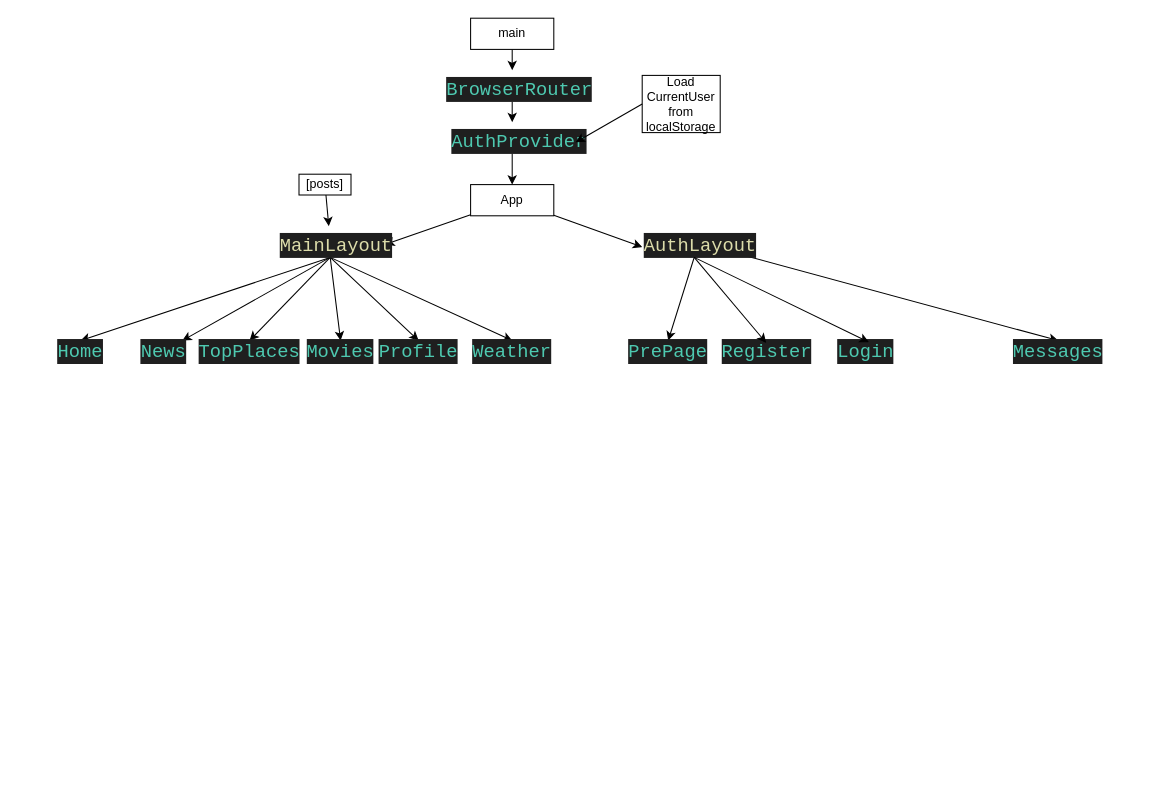
The draw.io diagram Echat .drawio in Rostilash/echat, before the edit. Source tidied: cells renumbered, new cells numbered last; positions are measured from the earlier drawing's top-left corner, leaving out a move shared by most shapes. Both pictures are drawn from the tidied source at 104%, with x=0, y=0 at pixel (59, 18).
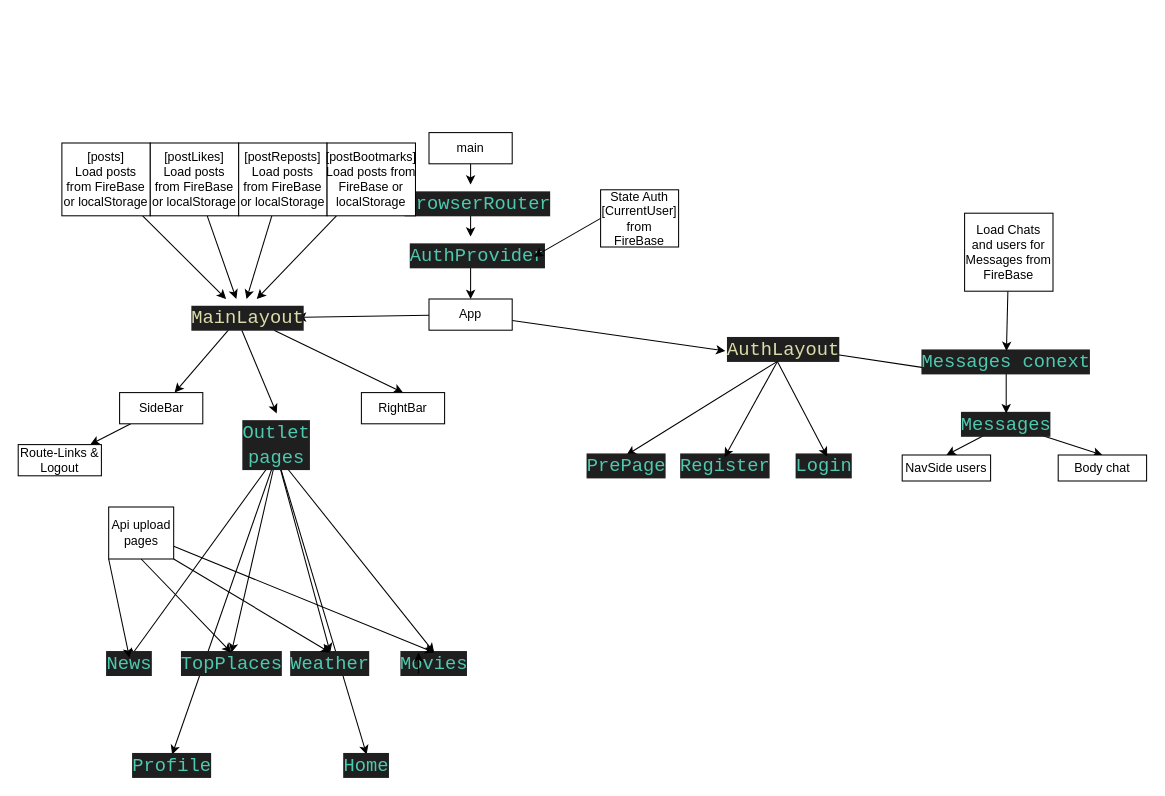
Above is the later version.

Diff of the diagram source:
```diff
@@
     <mxCell id="3" value="main" style="rounded=0;whiteSpace=wrap;html=1;" parent="1" vertex="1">
-      <mxGeometry x="395" width="80" height="30" as="geometry" />
+      <mxGeometry x="355" y="110" width="80" height="30" as="geometry" />
     </mxCell>
@@
     <mxCell id="6" value="App" style="rounded=0;whiteSpace=wrap;html=1;" parent="1" vertex="1">
-      <mxGeometry x="395" y="160" width="80" height="30" as="geometry" />
+      <mxGeometry x="355" y="270" width="80" height="30" as="geometry" />
     </mxCell>
@@
     <mxCell id="8" value="&lt;div style=&quot;color: #cccccc;background-color: #1f1f1f;font-family: Consolas, 'Courier New', monospace;font-weight: normal;font-size: 18px;line-height: 24px;white-space: pre;&quot;&gt;&lt;div&gt;&lt;span style=&quot;color: #4ec9b0;&quot;&gt;BrowserRouter&lt;/span&gt;&lt;/div&gt;&lt;/div&gt;" style="text;whiteSpace=wrap;html=1;" parent="1" vertex="1">
-      <mxGeometry x="370" y="50" width="130" height="30" as="geometry" />
+      <mxGeometry x="330" y="160" width="130" height="30" as="geometry" />
     </mxCell>
@@
     <mxCell id="10" value="&lt;div style=&quot;color: #cccccc;background-color: #1f1f1f;font-family: Consolas, 'Courier New', monospace;font-weight: normal;font-size: 18px;line-height: 24px;white-space: pre;&quot;&gt;&lt;div&gt;&lt;span style=&quot;color: #4ec9b0;&quot;&gt;AuthProvider&lt;/span&gt;&lt;/div&gt;&lt;/div&gt;" style="text;whiteSpace=wrap;html=1;" parent="1" vertex="1">
-      <mxGeometry x="375" y="100" width="120" height="30" as="geometry" />
+      <mxGeometry x="335" y="210" width="120" height="30" as="geometry" />
     </mxCell>
-    <mxCell id="11" style="edgeStyle=none;html=1;exitX=0.5;exitY=1;exitDx=0;exitDy=0;entryX=0.5;entryY=0;entryDx=0;entryDy=0;" parent="1" edge="1" source="17" target="23">
+    <mxCell id="11" style="edgeStyle=none;html=1;exitX=0.5;exitY=1;exitDx=0;exitDy=0;entryX=0.5;entryY=0;entryDx=0;entryDy=0;" parent="1" edge="1" source="57" target="23">
       <mxGeometry relative="1" as="geometry" />
     </mxCell>
-    <mxCell id="12" style="edgeStyle=none;html=1;exitX=0.5;exitY=1;exitDx=0;exitDy=0;entryX=0.5;entryY=0;entryDx=0;entryDy=0;" parent="1" edge="1" source="17" target="25">
+    <mxCell id="12" style="edgeStyle=none;html=1;exitX=0.5;exitY=1;exitDx=0;exitDy=0;entryX=0.5;entryY=0;entryDx=0;entryDy=0;" parent="1" edge="1" source="57" target="25">
       <mxGeometry relative="1" as="geometry" />
     </mxCell>
-    <mxCell id="13" style="edgeStyle=none;html=1;exitX=0.5;exitY=1;exitDx=0;exitDy=0;" parent="1" edge="1" source="17" target="24">
+    <mxCell id="13" style="edgeStyle=none;html=1;exitX=0.5;exitY=1;exitDx=0;exitDy=0;entryX=0.5;entryY=0;entryDx=0;entryDy=0;" parent="1" edge="1" source="57" target="24">
       <mxGeometry relative="1" as="geometry" />
     </mxCell>
-    <mxCell id="14" style="edgeStyle=none;html=1;exitX=0.5;exitY=1;exitDx=0;exitDy=0;entryX=0.5;entryY=0;entryDx=0;entryDy=0;" parent="1" edge="1" source="17" target="26">
+    <mxCell id="14" style="edgeStyle=none;html=1;exitX=0.5;exitY=1;exitDx=0;exitDy=0;entryX=0.5;entryY=0;entryDx=0;entryDy=0;" parent="1" edge="1" source="57" target="26">
       <mxGeometry relative="1" as="geometry" />
     </mxCell>
-    <mxCell id="15" style="edgeStyle=none;html=1;entryX=0.5;entryY=0;entryDx=0;entryDy=0;exitX=0.5;exitY=1;exitDx=0;exitDy=0;" parent="1" edge="1" source="17" target="27">
+    <mxCell id="15" style="edgeStyle=none;html=1;entryX=0.5;entryY=0;entryDx=0;entryDy=0;exitX=0.5;exitY=1;exitDx=0;exitDy=0;" parent="1" edge="1" source="57" target="27">
       <mxGeometry relative="1" as="geometry" />
     </mxCell>
-    <mxCell id="16" style="edgeStyle=none;html=1;exitX=0.5;exitY=1;exitDx=0;exitDy=0;entryX=0.5;entryY=0;entryDx=0;entryDy=0;" parent="1" edge="1" source="17" target="28">
+    <mxCell id="16" style="edgeStyle=none;html=1;exitX=0.5;exitY=1;exitDx=0;exitDy=0;entryX=0.5;entryY=0;entryDx=0;entryDy=0;" parent="1" edge="1" source="57" target="28">
       <mxGeometry relative="1" as="geometry" />
     </mxCell>
+    <mxCell id="37" style="edgeStyle=none;html=1;" parent="1" edge="1" source="17" target="54">
+      <mxGeometry relative="1" as="geometry" />
+    </mxCell>
+    <mxCell id="38" style="edgeStyle=none;html=1;entryX=0.5;entryY=0;entryDx=0;entryDy=0;" parent="1" edge="1" source="17" target="56">
+      <mxGeometry relative="1" as="geometry" />
+    </mxCell>
+    <mxCell id="39" style="edgeStyle=none;html=1;exitX=0.5;exitY=1;exitDx=0;exitDy=0;entryX=0.5;entryY=0;entryDx=0;entryDy=0;" parent="1" edge="1" source="17" target="57">
+      <mxGeometry relative="1" as="geometry" />
+    </mxCell>
     <mxCell id="17" value="&lt;div style=&quot;color: #cccccc;background-color: #1f1f1f;font-family: Consolas, 'Courier New', monospace;font-weight: normal;font-size: 18px;line-height: 24px;white-space: pre;&quot;&gt;&lt;div&gt;&lt;span style=&quot;color: #dcdcaa;&quot;&gt;MainLayout&lt;/span&gt;&lt;/div&gt;&lt;/div&gt;" style="text;whiteSpace=wrap;html=1;" parent="1" vertex="1">
-      <mxGeometry x="210" y="200" width="100" height="30" as="geometry" />
+      <mxGeometry x="125" y="270" width="100" height="30" as="geometry" />
     </mxCell>
@@
-    <mxCell id="19" value="[posts]" style="rounded=0;whiteSpace=wrap;html=1;" parent="1" vertex="1">
-      <mxGeometry x="230" y="150" width="50" height="20" as="geometry" />
+    <mxCell id="19" value="[posts] &lt;br&gt;Load posts from FireBase or localStorage" style="rounded=0;whiteSpace=wrap;html=1;" parent="1" vertex="1">
+      <mxGeometry x="2" y="120" width="85" height="70" as="geometry" />
     </mxCell>
-    <mxCell id="20" style="edgeStyle=none;html=1;entryX=0.5;entryY=0;entryDx=0;entryDy=0;" parent="1" edge="1" source="22" target="32">
+    <mxCell id="20" style="edgeStyle=none;html=1;entryX=0.054;entryY=0.894;entryDx=0;entryDy=0;entryPerimeter=0;" parent="1" edge="1" source="22" target="48">
       <mxGeometry relative="1" as="geometry" />
     </mxCell>
@@
     <mxCell id="22" value="&lt;div style=&quot;color: #cccccc;background-color: #1f1f1f;font-family: Consolas, 'Courier New', monospace;font-weight: normal;font-size: 18px;line-height: 24px;white-space: pre;&quot;&gt;&lt;div&gt;&lt;span style=&quot;color: #dcdcaa;&quot;&gt;AuthLayout&lt;/span&gt;&lt;/div&gt;&lt;/div&gt;" style="text;whiteSpace=wrap;html=1;" parent="1" vertex="1">
-      <mxGeometry x="560" y="200" width="100" height="30" as="geometry" />
+      <mxGeometry x="640" y="300" width="100" height="30" as="geometry" />
     </mxCell>
     <mxCell id="23" value="&lt;div style=&quot;color: rgb(204, 204, 204); background-color: rgb(31, 31, 31); font-family: Consolas, &amp;quot;Courier New&amp;quot;, monospace; font-size: 18px; line-height: 24px; white-space: pre;&quot;&gt;&lt;span style=&quot;color: #4ec9b0;&quot;&gt;Home&lt;/span&gt;&lt;/div&gt;" style="rounded=0;whiteSpace=wrap;html=1;" parent="1" vertex="1">
-      <mxGeometry y="310" width="40" height="20" as="geometry" />
+      <mxGeometry x="275" y="708" width="40" height="20" as="geometry" />
     </mxCell>
     <mxCell id="24" value="&lt;div style=&quot;color: rgb(204, 204, 204); background-color: rgb(31, 31, 31); font-family: Consolas, &amp;quot;Courier New&amp;quot;, monospace; font-size: 18px; line-height: 24px; white-space: pre;&quot;&gt;&lt;span style=&quot;color: #4ec9b0;&quot;&gt;News&lt;/span&gt;&lt;/div&gt;" style="rounded=0;whiteSpace=wrap;html=1;" parent="1" vertex="1">
-      <mxGeometry x="80" y="310" width="40" height="20" as="geometry" />
+      <mxGeometry x="47" y="615" width="40" height="10" as="geometry" />
     </mxCell>
     <mxCell id="25" value="&lt;div style=&quot;color: rgb(204, 204, 204); background-color: rgb(31, 31, 31); font-family: Consolas, &amp;quot;Courier New&amp;quot;, monospace; font-size: 18px; line-height: 24px; white-space: pre;&quot;&gt;&lt;span style=&quot;color: #4ec9b0;&quot;&gt;TopPlaces&lt;/span&gt;&lt;/div&gt;" style="rounded=0;whiteSpace=wrap;html=1;" parent="1" vertex="1">
-      <mxGeometry x="140" y="310" width="85" height="20" as="geometry" />
+      <mxGeometry x="122.5" y="610" width="85" height="20" as="geometry" />
     </mxCell>
     <mxCell id="26" value="&lt;div style=&quot;color: rgb(204, 204, 204); background-color: rgb(31, 31, 31); font-family: Consolas, &amp;quot;Courier New&amp;quot;, monospace; font-size: 18px; line-height: 24px; white-space: pre;&quot;&gt;&lt;span style=&quot;color: #4ec9b0;&quot;&gt;Movies&lt;/span&gt;&lt;/div&gt;" style="rounded=0;whiteSpace=wrap;html=1;" parent="1" vertex="1">
-      <mxGeometry x="240" y="310" width="60" height="20" as="geometry" />
+      <mxGeometry x="330" y="610" width="60" height="20" as="geometry" />
     </mxCell>
     <mxCell id="27" value="&lt;div style=&quot;color: rgb(204, 204, 204); background-color: rgb(31, 31, 31); font-family: Consolas, &amp;quot;Courier New&amp;quot;, monospace; font-size: 18px; line-height: 24px; white-space: pre;&quot;&gt;&lt;span style=&quot;color: #4ec9b0;&quot;&gt;Profile&lt;/span&gt;&lt;/div&gt;" style="rounded=0;whiteSpace=wrap;html=1;" parent="1" vertex="1">
-      <mxGeometry x="310" y="310" width="70" height="20" as="geometry" />
+      <mxGeometry x="73" y="708" width="70" height="20" as="geometry" />
     </mxCell>
     <mxCell id="28" value="&lt;div style=&quot;color: rgb(204, 204, 204); background-color: rgb(31, 31, 31); font-family: Consolas, &amp;quot;Courier New&amp;quot;, monospace; font-size: 18px; line-height: 24px; white-space: pre;&quot;&gt;&lt;span style=&quot;color: #4ec9b0;&quot;&gt;Weather&lt;/span&gt;&lt;/div&gt;" style="rounded=0;whiteSpace=wrap;html=1;" parent="1" vertex="1">
-      <mxGeometry x="400" y="310" width="70" height="20" as="geometry" />
+      <mxGeometry x="225" y="610" width="70" height="20" as="geometry" />
     </mxCell>
     <mxCell id="29" value="&lt;div style=&quot;color: rgb(204, 204, 204); background-color: rgb(31, 31, 31); font-family: Consolas, &amp;quot;Courier New&amp;quot;, monospace; font-size: 18px; line-height: 24px; white-space: pre;&quot;&gt;&lt;div style=&quot;color: rgb(204, 204, 204); line-height: 24px;&quot;&gt;&lt;span style=&quot;color: #4ec9b0;&quot;&gt;PrePage&lt;/span&gt;&lt;/div&gt;&lt;/div&gt;" style="rounded=0;whiteSpace=wrap;html=1;" parent="1" vertex="1">
-      <mxGeometry x="550" y="310" width="70" height="20" as="geometry" />
+      <mxGeometry x="510" y="420" width="70" height="20" as="geometry" />
     </mxCell>
     <mxCell id="30" value="&lt;div style=&quot;color: rgb(204, 204, 204); background-color: rgb(31, 31, 31); font-family: Consolas, &amp;quot;Courier New&amp;quot;, monospace; font-size: 18px; line-height: 24px; white-space: pre;&quot;&gt;&lt;div style=&quot;color: rgb(204, 204, 204); line-height: 24px;&quot;&gt;&lt;span style=&quot;color: #4ec9b0;&quot;&gt;Register&lt;/span&gt;&lt;/div&gt;&lt;/div&gt;" style="rounded=0;whiteSpace=wrap;html=1;" parent="1" vertex="1">
-      <mxGeometry x="640" y="310" width="80" height="20" as="geometry" />
+      <mxGeometry x="600" y="420" width="80" height="20" as="geometry" />
     </mxCell>
     <mxCell id="31" value="&lt;div style=&quot;color: rgb(204, 204, 204); background-color: rgb(31, 31, 31); font-family: Consolas, &amp;quot;Courier New&amp;quot;, monospace; font-size: 18px; line-height: 24px; white-space: pre;&quot;&gt;&lt;div style=&quot;color: rgb(204, 204, 204); line-height: 24px;&quot;&gt;&lt;span style=&quot;color: #4ec9b0;&quot;&gt;Login&lt;/span&gt;&lt;/div&gt;&lt;/div&gt;" style="rounded=0;whiteSpace=wrap;html=1;" parent="1" vertex="1">
-      <mxGeometry x="750" y="310" width="50" height="20" as="geometry" />
+      <mxGeometry x="710" y="420" width="50" height="20" as="geometry" />
     </mxCell>
+    <mxCell id="40" style="edgeStyle=none;html=1;entryX=0.5;entryY=0;entryDx=0;entryDy=0;" parent="1" edge="1" source="32" target="51">
+      <mxGeometry relative="1" as="geometry" />
+    </mxCell>
+    <mxCell id="41" style="edgeStyle=none;html=1;entryX=0.5;entryY=0;entryDx=0;entryDy=0;" parent="1" edge="1" source="32" target="52">
+      <mxGeometry relative="1" as="geometry" />
+    </mxCell>
     <mxCell id="32" value="&lt;div style=&quot;color: rgb(204, 204, 204); background-color: rgb(31, 31, 31); font-family: Consolas, &amp;quot;Courier New&amp;quot;, monospace; font-size: 18px; line-height: 24px; white-space: pre;&quot;&gt;&lt;span style=&quot;color: #4ec9b0;&quot;&gt;Messages&lt;/span&gt;&lt;/div&gt;" style="whiteSpace=wrap;html=1;" parent="1" vertex="1">
-      <mxGeometry x="920" y="310" width="80" height="20" as="geometry" />
+      <mxGeometry x="870" y="380" width="80" height="20" as="geometry" />
     </mxCell>
@@
-    <mxCell id="35" value="Load CurrentUser from localStorage" style="whiteSpace=wrap;html=1;" parent="1" vertex="1">
-      <mxGeometry x="560" y="55" width="75" height="55" as="geometry" />
+    <mxCell id="35" value="State Auth [CurrentUser] from FireBase" style="whiteSpace=wrap;html=1;" parent="1" vertex="1">
+      <mxGeometry x="520" y="165" width="75" height="55" as="geometry" />
     </mxCell>
@@
+    <mxCell id="42" style="edgeStyle=none;html=1;entryX=0.5;entryY=0;entryDx=0;entryDy=0;exitX=1;exitY=1;exitDx=0;exitDy=0;" parent="1" edge="1" source="46" target="28">
+      <mxGeometry relative="1" as="geometry" />
+    </mxCell>
+    <mxCell id="43" style="edgeStyle=none;html=1;exitX=0.5;exitY=1;exitDx=0;exitDy=0;entryX=0.5;entryY=0;entryDx=0;entryDy=0;" parent="1" edge="1" source="46" target="25">
+      <mxGeometry relative="1" as="geometry" />
+    </mxCell>
+    <mxCell id="44" style="edgeStyle=none;html=1;exitX=0;exitY=1;exitDx=0;exitDy=0;entryX=0.5;entryY=0;entryDx=0;entryDy=0;" parent="1" edge="1" source="46" target="24">
+      <mxGeometry relative="1" as="geometry" />
+    </mxCell>
+    <mxCell id="45" style="edgeStyle=none;html=1;entryX=0.5;entryY=0;entryDx=0;entryDy=0;" parent="1" edge="1" source="46" target="26">
+      <mxGeometry relative="1" as="geometry" />
+    </mxCell>
+    <mxCell id="46" value="Api upload pages" style="rounded=0;whiteSpace=wrap;html=1;" parent="1" vertex="1">
+      <mxGeometry x="47" y="470" width="62.5" height="50" as="geometry" />
+    </mxCell>
+    <mxCell id="47" style="edgeStyle=none;html=1;entryX=0.5;entryY=0;entryDx=0;entryDy=0;" parent="1" edge="1" source="48" target="32">
+      <mxGeometry relative="1" as="geometry" />
+    </mxCell>
+    <mxCell id="48" value="&lt;div style=&quot;color: rgb(204, 204, 204); background-color: rgb(31, 31, 31); font-family: Consolas, &amp;quot;Courier New&amp;quot;, monospace; font-size: 18px; line-height: 24px; white-space: pre;&quot;&gt;&lt;span style=&quot;color: rgb(78, 201, 176);&quot;&gt;Messages conext&lt;/span&gt;&lt;/div&gt;" style="whiteSpace=wrap;html=1;" parent="1" vertex="1">
+      <mxGeometry x="835" y="320" width="150" height="20" as="geometry" />
+    </mxCell>
+    <mxCell id="49" style="edgeStyle=none;html=1;" parent="1" edge="1" source="50" target="48">
+      <mxGeometry relative="1" as="geometry" />
+    </mxCell>
+    <mxCell id="50" value="Load Chats and users for Messages from FireBase" style="whiteSpace=wrap;html=1;" parent="1" vertex="1">
+      <mxGeometry x="870" y="187.5" width="85" height="75" as="geometry" />
+    </mxCell>
+    <mxCell id="51" value="NavSide users" style="rounded=0;whiteSpace=wrap;html=1;" parent="1" vertex="1">
+      <mxGeometry x="810" y="420" width="85" height="25" as="geometry" />
+    </mxCell>
+    <mxCell id="52" value="Body chat" style="rounded=0;whiteSpace=wrap;html=1;" parent="1" vertex="1">
+      <mxGeometry x="960" y="420" width="85" height="25" as="geometry" />
+    </mxCell>
+    <mxCell id="53" style="edgeStyle=none;html=1;" parent="1" edge="1" source="54" target="55">
+      <mxGeometry relative="1" as="geometry" />
+    </mxCell>
+    <mxCell id="54" value="SideBar" style="rounded=0;whiteSpace=wrap;html=1;" parent="1" vertex="1">
+      <mxGeometry x="57.5" y="360" width="80" height="30" as="geometry" />
+    </mxCell>
+    <mxCell id="55" value="Route-Links &amp;amp; Logout" style="rounded=0;whiteSpace=wrap;html=1;" parent="1" vertex="1">
+      <mxGeometry x="-40" y="410" width="80" height="30" as="geometry" />
+    </mxCell>
+    <mxCell id="56" value="RightBar" style="rounded=0;whiteSpace=wrap;html=1;" parent="1" vertex="1">
+      <mxGeometry x="290" y="360" width="80" height="30" as="geometry" />
+    </mxCell>
+    <mxCell id="57" value="&lt;div style=&quot;color: rgb(204, 204, 204); background-color: rgb(31, 31, 31); font-family: Consolas, &amp;quot;Courier New&amp;quot;, monospace; font-weight: normal; font-size: 18px; line-height: 24px; white-space: pre;&quot;&gt;&lt;div&gt;&lt;span style=&quot;color: rgb(78, 201, 176);&quot;&gt;Outlet&lt;br&gt;pages&lt;/span&gt;&lt;/div&gt;&lt;/div&gt;" style="text;whiteSpace=wrap;html=1;align=center;" parent="1" vertex="1">
+      <mxGeometry x="177" y="380" width="63" height="40" as="geometry" />
+    </mxCell>
+    <mxCell id="58" style="edgeStyle=none;html=1;" parent="1" edge="1" source="59" target="17">
+      <mxGeometry relative="1" as="geometry" />
+    </mxCell>
+    <mxCell id="59" value="[postLikes] &lt;br&gt;Load posts from FireBase or localStorage" style="rounded=0;whiteSpace=wrap;html=1;" parent="1" vertex="1">
+      <mxGeometry x="87" y="120" width="85" height="70" as="geometry" />
+    </mxCell>
+    <mxCell id="60" style="edgeStyle=none;html=1;" parent="1" edge="1" source="61" target="17">
+      <mxGeometry relative="1" as="geometry" />
+    </mxCell>
+    <mxCell id="61" value="[postReposts] &lt;br&gt;Load posts from FireBase or localStorage" style="rounded=0;whiteSpace=wrap;html=1;" parent="1" vertex="1">
+      <mxGeometry x="172" y="120" width="85" height="70" as="geometry" />
+    </mxCell>
+    <mxCell id="62" style="edgeStyle=none;html=1;" parent="1" edge="1" source="63" target="17">
+      <mxGeometry relative="1" as="geometry" />
+    </mxCell>
+    <mxCell id="63" value="[postBootmarks] &lt;br&gt;Load posts from FireBase or localStorage" style="rounded=0;whiteSpace=wrap;html=1;" parent="1" vertex="1">
+      <mxGeometry x="257" y="120" width="85" height="70" as="geometry" />
+    </mxCell>
+    <mxCell id="64" style="edgeStyle=none;html=1;exitX=0.25;exitY=1;exitDx=0;exitDy=0;entryX=0.25;entryY=0;entryDx=0;entryDy=0;" parent="1" edge="1" source="26" target="26">
+      <mxGeometry relative="1" as="geometry" />
+    </mxCell>
```
